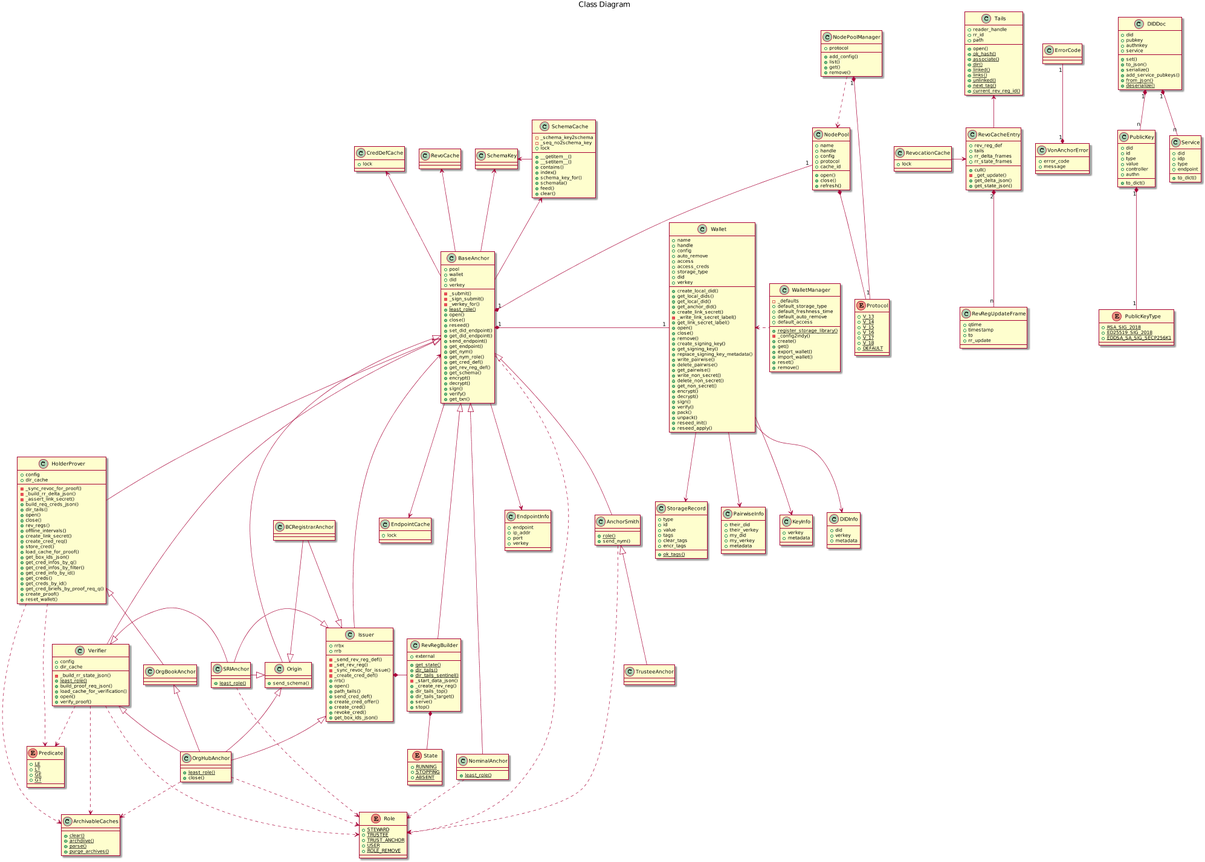
PSPC-SPAC-buyandsell/von_anchor keeps this PlantUML diagram as docs/source/pic/class.png. Above is the earlier version.
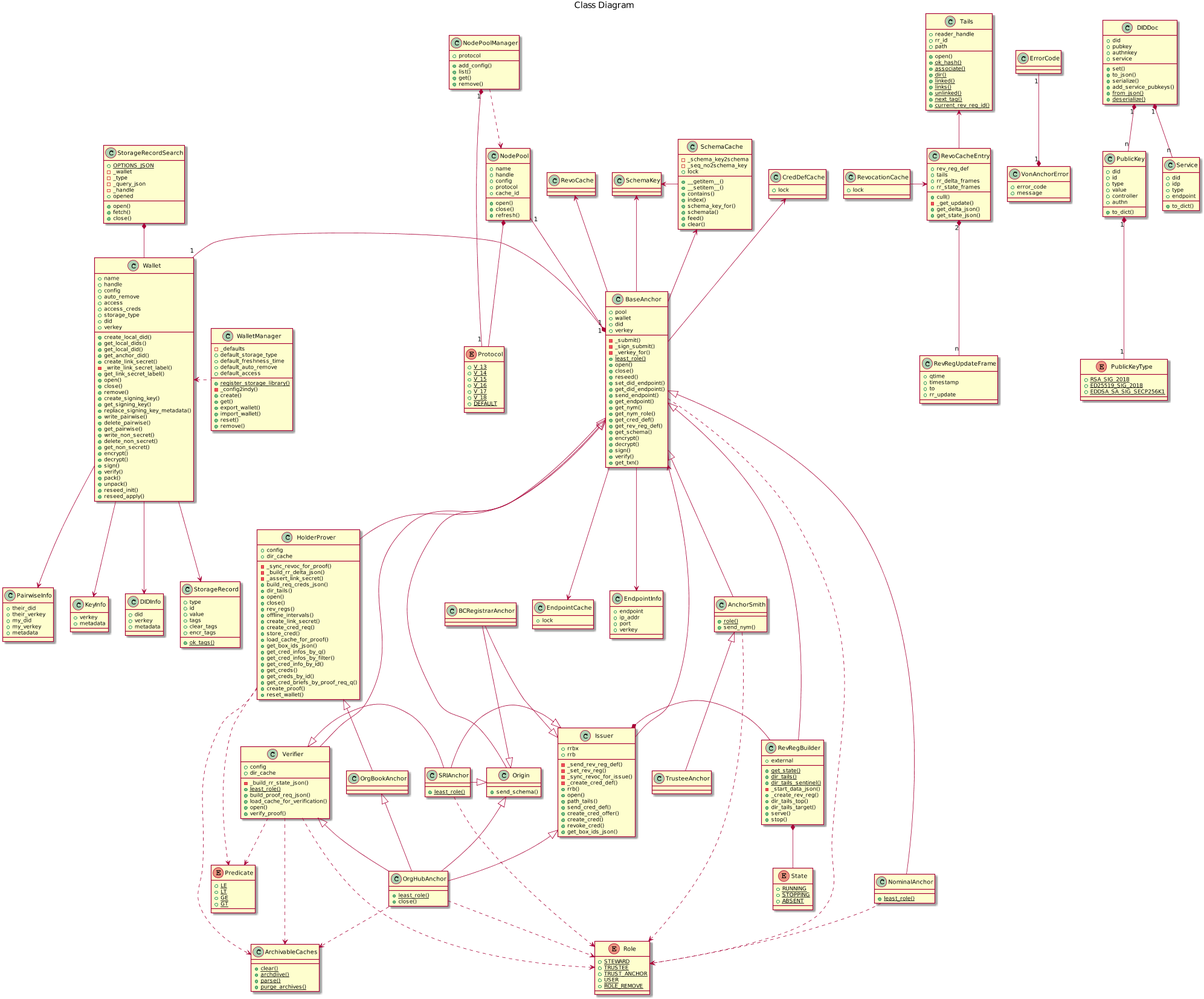
Above is the later version.

What changed in the source:
```diff
@@ -155,6 +155,18 @@
     +tags
     +clear_tags
     +encr_tags
+}
+
+class StorageRecordSearch {
+    {static} +OPTIONS_JSON
+    -_wallet
+    -_type
+    -_query_json
+    -_handle
+    +opened
+    +open()
+    +fetch()
+    +close()
 }
 
 class PairwiseInfo {
@@ -411,6 +423,8 @@
 Wallet --> PairwiseInfo
 Wallet --> StorageRecord
 
+StorageRecordSearch *-- Wallet
+
 BaseAnchor --> EndpointInfo
 
 BaseAnchor -up-> RevoCache
```
